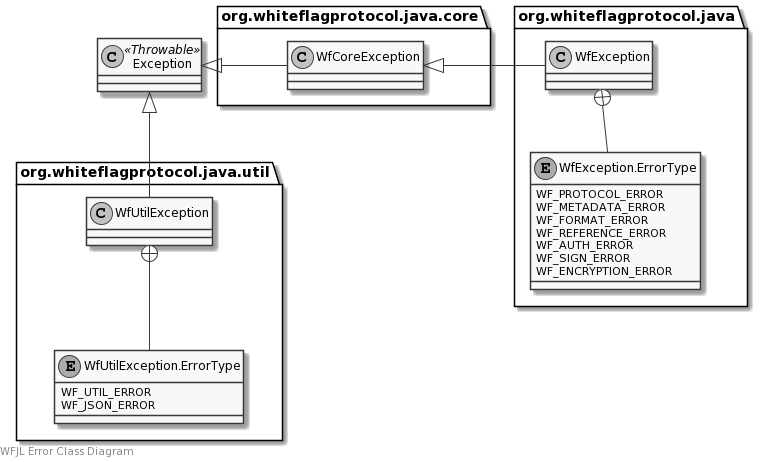
Earlier version of the PlantUML export docs/uml/errors.png (WhiteflagProtocol/whiteflag-java).
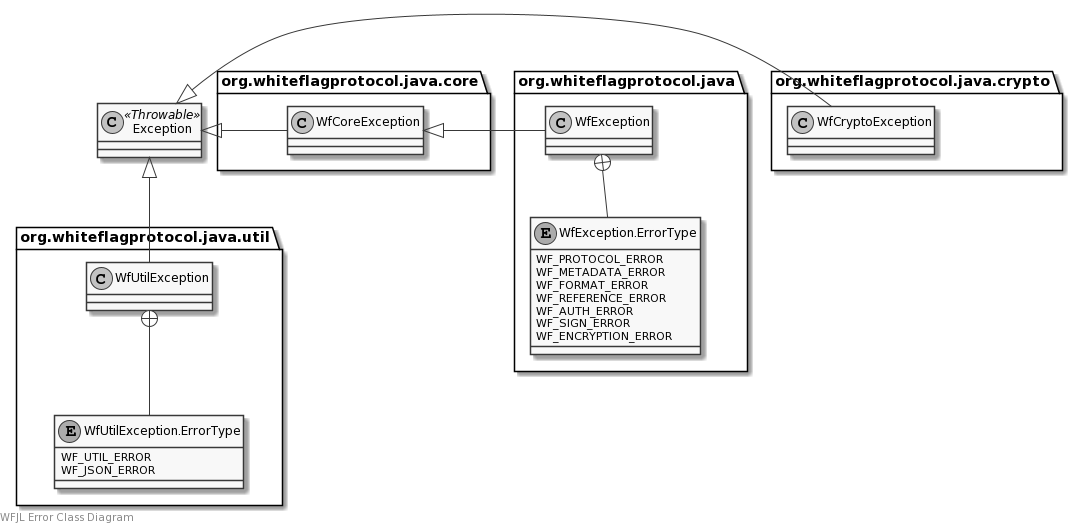
After the change.

Change to the diagram source:
```diff
@@ -9,16 +9,6 @@
     class WfCoreException
 }
 Exception <|- WfCoreException
-
-package org.whiteflagprotocol.java.util {
-    class WfUtilException
-    enum WfUtilException.ErrorType {
-        WF_UTIL_ERROR
-        WF_JSON_ERROR
-    }
-    WfUtilException +-- WfUtilException.ErrorType
-}
-Exception <|-- WfUtilException
 
 package org.whiteflagprotocol.java {
     class WfException
@@ -34,4 +24,19 @@
     WfException +-- WfException.ErrorType
 }
 WfCoreException <|- WfException
+
+package org.whiteflagprotocol.java.crypto {
+    class WfCryptoException
+}
+Exception <|- WfCryptoException
+
+package org.whiteflagprotocol.java.util {
+    class WfUtilException
+    enum WfUtilException.ErrorType {
+        WF_UTIL_ERROR
+        WF_JSON_ERROR
+    }
+    WfUtilException +-- WfUtilException.ErrorType
+}
+Exception <|-- WfUtilException
 @enduml
```
